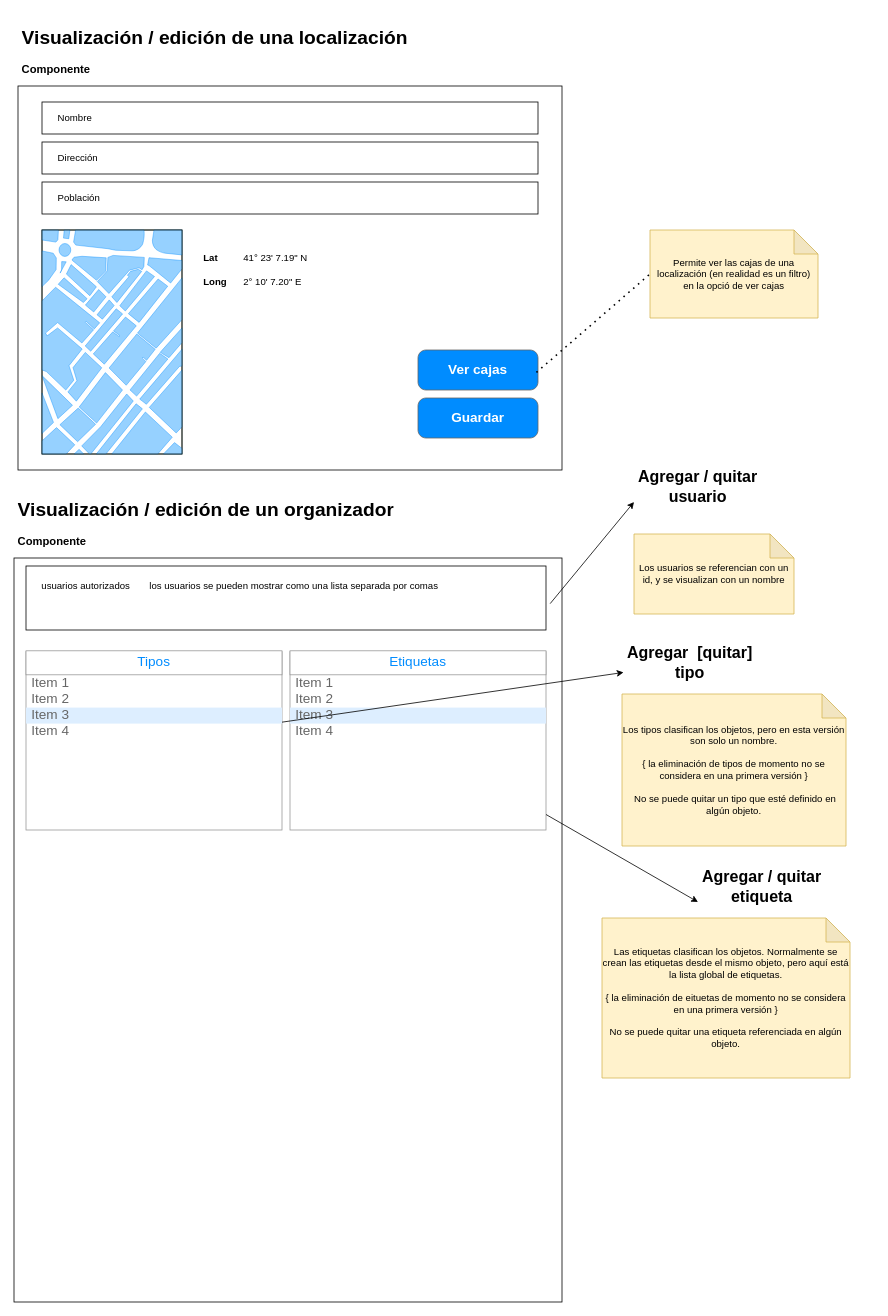
The draw.io diagram doc/wireframe-2.drawio in raxware/ion-manifesto, before the edit. Source tidied: cells renumbered, new cells numbered last; positions are measured from the earlier drawing's top-left corner, leaving out a move shared by most shapes. Both pictures are drawn from the tidied source at 80%, with x=0, y=0 at pixel (14, 22).
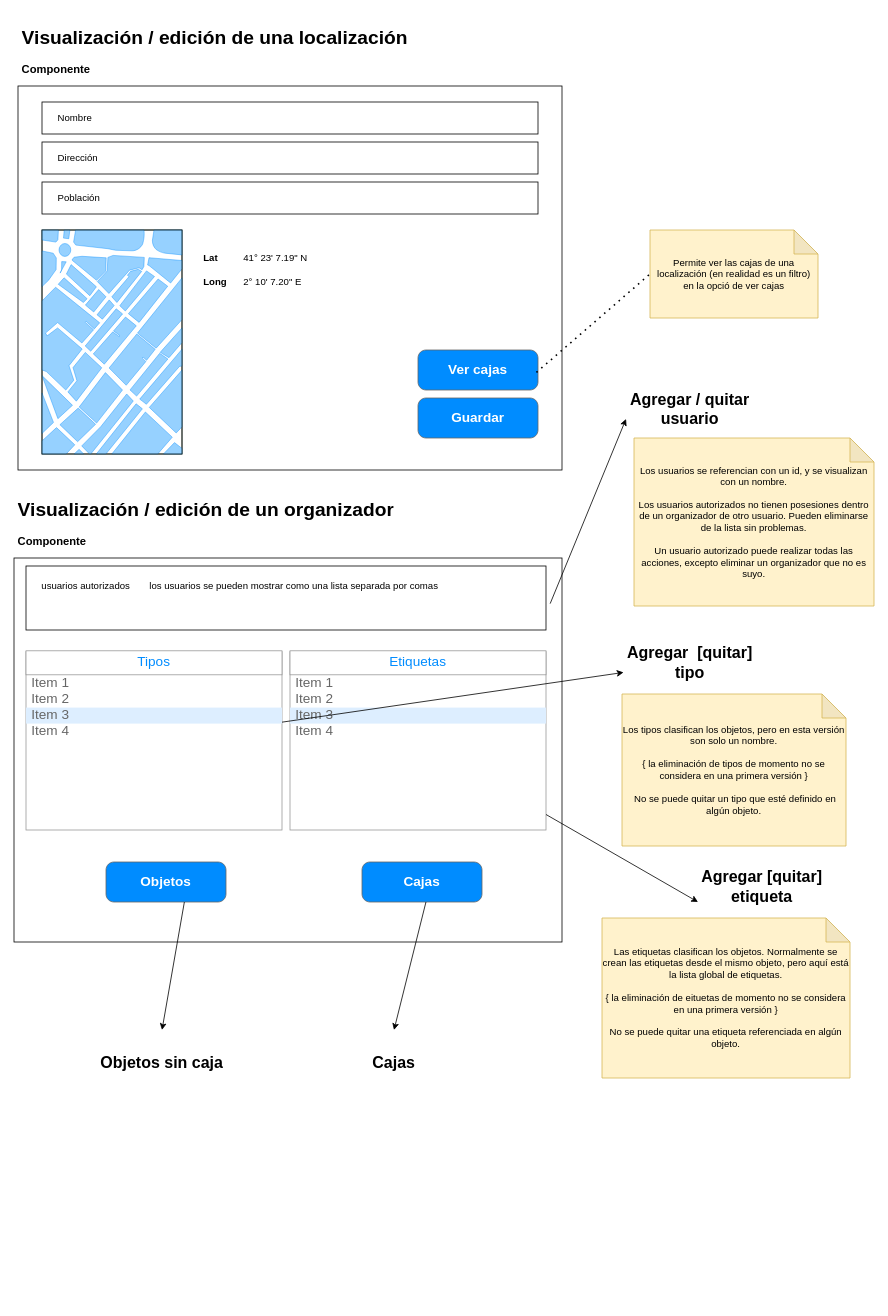
After the change.

Commit message (it also covers changes not shown here):
wireframes 1 y 2 de pantallas accesorias

What changed in the source:
```diff
@@
     <mxCell id="24" style="rounded=0;whiteSpace=wrap;html=1;" parent="1" vertex="1">
-      <mxGeometry y="670" width="685" height="930" as="geometry" />
+      <mxGeometry y="670" width="685" height="480" as="geometry" />
     </mxCell>
@@
     <mxCell id="31" value="Agregar / quitar usuario" style="text;html=1;strokeColor=none;fillColor=none;align=center;verticalAlign=middle;whiteSpace=wrap;rounded=0;fontSize=20;fontStyle=1;" parent="1" vertex="1">
-      <mxGeometry x="775" y="540" width="160" height="80" as="geometry" />
+      <mxGeometry x="765" y="455" width="160" height="55" as="geometry" />
     </mxCell>
@@
-    <mxCell id="45" value="Agregar / quitar etiqueta" style="text;html=1;strokeColor=none;fillColor=none;align=center;verticalAlign=middle;whiteSpace=wrap;rounded=0;fontSize=20;fontStyle=1;" parent="1" vertex="1">
+    <mxCell id="45" value="Agregar [quitar] etiqueta" style="text;html=1;strokeColor=none;fillColor=none;align=center;verticalAlign=middle;whiteSpace=wrap;rounded=0;fontSize=20;fontStyle=1;" parent="1" vertex="1">
       <mxGeometry x="855" y="1040" width="160" height="80" as="geometry" />
     </mxCell>
@@
-    <mxCell id="48" value="Los usuarios se referencian con un id, y se visualizan con un nombre" style="shape=note;whiteSpace=wrap;html=1;backgroundOutline=1;darkOpacity=0.05;fillColor=#fff2cc;strokeColor=#d6b656;" parent="1" vertex="1">
-      <mxGeometry x="775" y="640" width="200" height="100" as="geometry" />
+    <mxCell id="48" value="Los usuarios se referencian con un id, y se visualizan con un nombre.&lt;br&gt;&lt;br&gt;Los usuarios autorizados no tienen posesiones dentro de un organizador de otro usuario. Pueden eliminarse de la lista sin problemas.&lt;br&gt;&lt;br&gt;Un usuario autorizado puede realizar todas las acciones, excepto eliminar un organizador que no es suyo." style="shape=note;whiteSpace=wrap;html=1;backgroundOutline=1;darkOpacity=0.05;fillColor=#fff2cc;strokeColor=#d6b656;" parent="1" vertex="1">
+      <mxGeometry x="775" y="520" width="300" height="210" as="geometry" />
     </mxCell>
@@
+    <mxCell id="51" value="Objetos" style="strokeWidth=1;shadow=0;dashed=0;align=center;html=1;shape=mxgraph.mockup.buttons.button;strokeColor=#666666;fontColor=#ffffff;mainText=;buttonStyle=round;fontSize=17;fontStyle=1;fillColor=#008cff;whiteSpace=wrap;" parent="1" vertex="1">
+      <mxGeometry x="115" y="1050" width="150" height="50" as="geometry" />
+    </mxCell>
+    <mxCell id="52" value="Cajas" style="strokeWidth=1;shadow=0;dashed=0;align=center;html=1;shape=mxgraph.mockup.buttons.button;strokeColor=#666666;fontColor=#ffffff;mainText=;buttonStyle=round;fontSize=17;fontStyle=1;fillColor=#008cff;whiteSpace=wrap;" parent="1" vertex="1">
+      <mxGeometry x="435" y="1050" width="150" height="50" as="geometry" />
+    </mxCell>
+    <mxCell id="53" style="endArrow=classic;html=1;rounded=0;exitX=0.653;exitY=1;exitDx=0;exitDy=0;exitPerimeter=0;entryX=0.5;entryY=0;entryDx=0;entryDy=0;" parent="1" edge="1" source="51" target="54">
+      <mxGeometry relative="1" as="geometry" />
+    </mxCell>
+    <mxCell id="54" value="Objetos sin caja" style="text;html=1;strokeColor=none;fillColor=none;align=center;verticalAlign=middle;whiteSpace=wrap;rounded=0;fontSize=20;fontStyle=1;" parent="1" vertex="1">
+      <mxGeometry x="105" y="1260" width="160" height="80" as="geometry" />
+    </mxCell>
+    <mxCell id="55" style="endArrow=classic;html=1;rounded=0;exitX=0.533;exitY=1;exitDx=0;exitDy=0;exitPerimeter=0;entryX=0.5;entryY=0;entryDx=0;entryDy=0;" parent="1" edge="1" source="52" target="56">
+      <mxGeometry relative="1" as="geometry" />
+    </mxCell>
+    <mxCell id="56" value="Cajas" style="text;html=1;strokeColor=none;fillColor=none;align=center;verticalAlign=middle;whiteSpace=wrap;rounded=0;fontSize=20;fontStyle=1;" parent="1" vertex="1">
+      <mxGeometry x="395" y="1260" width="160" height="80" as="geometry" />
+    </mxCell>
```
